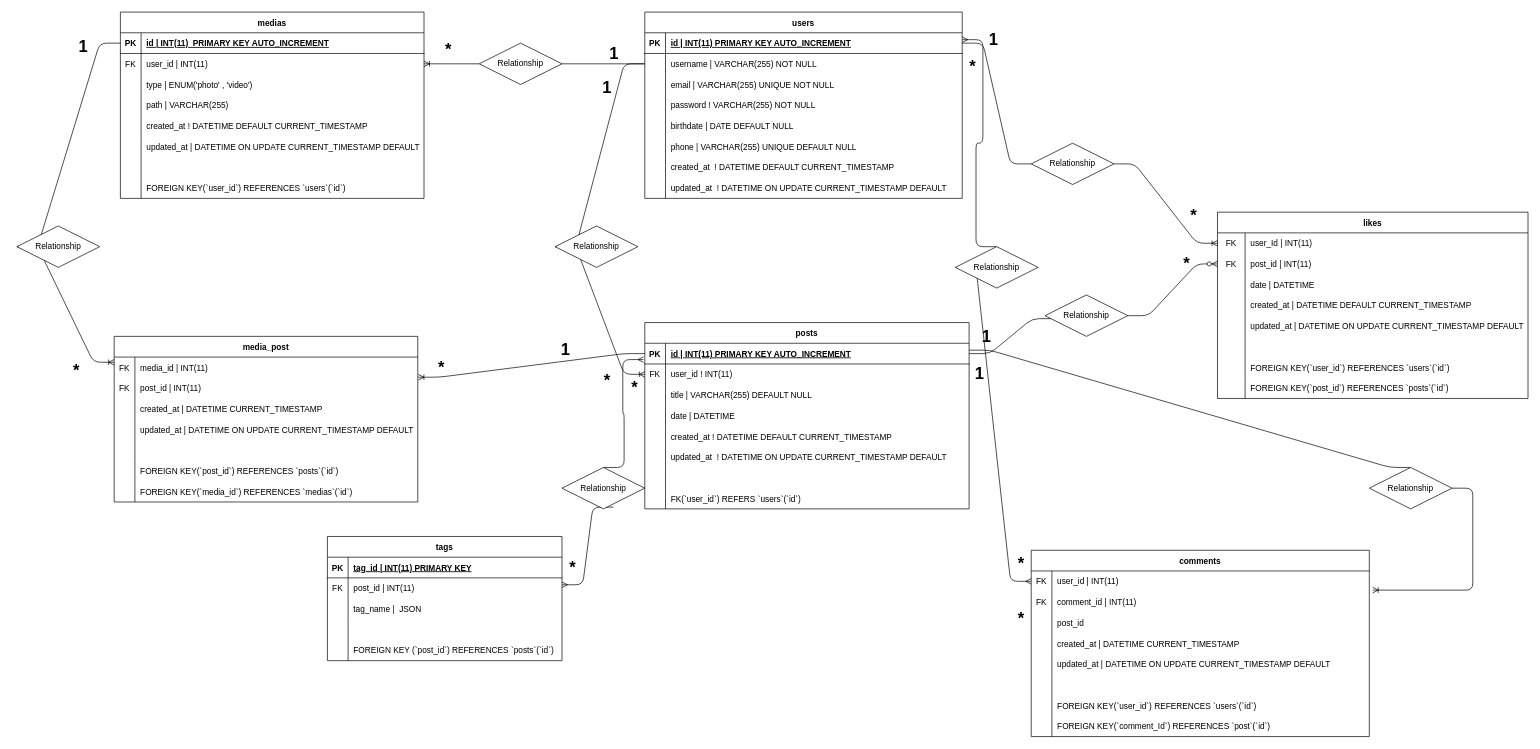
Before: assets/img/ER-graph.drawio in simonemoretti94/social-platform, a draw.io diagram. Source tidied: cells renumbered, new cells numbered last; positions are measured from the earlier drawing's top-left corner, leaving out a move shared by most shapes. Both pictures are drawn from the tidied source at 69%, with x=0, y=0 at pixel (17, 12).
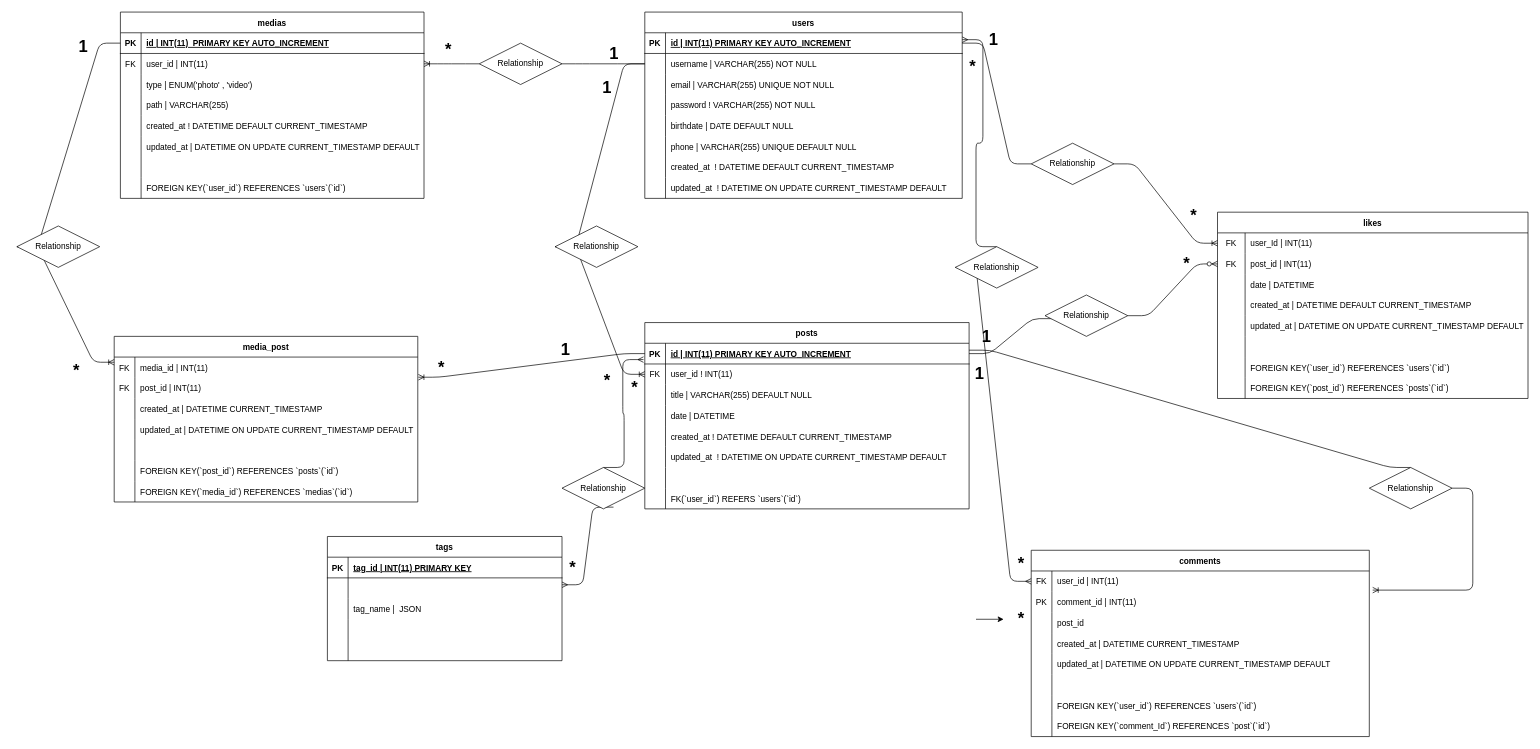
After the change.

The change refers to these unchanged cells:
```xml
<mxCell id="156" style="shape=tableRow;horizontal=0;startSize=0;swimlaneHead=0;swimlaneBody=0;fillColor=none;points=[[0,0.5],[1,0.5]];portConstraint=eastwest;top=0;left=0;right=0;bottom=0;" parent="152" vertex="1">
  <mxGeometry y="60" width="490" height="30" as="geometry" />
</mxCell>
<mxCell id="184" value="*" style="text;strokeColor=none;fillColor=none;html=1;fontSize=24;fontStyle=1;verticalAlign=middle;align=center;" parent="1" vertex="1">
  <mxGeometry x="1430" y="870" width="50" height="20" as="geometry" />
</mxCell>
<mxCell id="193" style="shape=tableRow;horizontal=0;startSize=0;swimlaneHead=0;swimlaneBody=0;fillColor=none;top=0;left=0;right=0;bottom=0;" parent="189" vertex="1">
  <mxGeometry y="60" width="340" height="30" as="geometry" />
</mxCell>
<mxCell id="202" style="shape=tableRow;horizontal=0;startSize=0;swimlaneHead=0;swimlaneBody=0;fillColor=none;top=0;left=0;right=0;bottom=0;" parent="189" vertex="1">
  <mxGeometry y="150" width="340" height="30" as="geometry" />
</mxCell>
```

The edit, as a diff of the source:
```diff
@@
-    <mxCell id="157" value="FK" style="shape=partialRectangle;fillColor=none;top=0;left=0;bottom=0;right=0;overflow=hidden;" parent="156" vertex="1">
+    <mxCell id="157" value="PK" style="shape=partialRectangle;fillColor=none;top=0;left=0;bottom=0;right=0;overflow=hidden;" parent="156" vertex="1">
       <mxGeometry width="30" height="30" as="geometry" />
     </mxCell>
@@
-    <mxCell id="194" value="FK" style="shape=partialRectangle;fillColor=none;top=0;left=0;bottom=0;right=0;overflow=hidden;" parent="193" vertex="1">
+    <mxCell id="194" style="shape=partialRectangle;fillColor=none;top=0;left=0;bottom=0;right=0;overflow=hidden;" parent="193" vertex="1">
       <mxGeometry width="30" height="30" as="geometry" />
     </mxCell>
-    <mxCell id="195" value="post_id | INT(11)" style="shape=partialRectangle;fillColor=none;top=0;left=0;bottom=0;right=0;align=left;spacingLeft=6;overflow=hidden;" parent="193" vertex="1">
+    <mxCell id="195" style="shape=partialRectangle;fillColor=none;top=0;left=0;bottom=0;right=0;align=left;spacingLeft=6;overflow=hidden;" parent="193" vertex="1">
       <mxGeometry x="30" width="310" height="30" as="geometry" />
     </mxCell>
@@
-    <mxCell id="204" value="FOREIGN KEY (`post_id`) REFERENCES `posts`(`id`)" style="shape=partialRectangle;fillColor=none;top=0;left=0;bottom=0;right=0;align=left;spacingLeft=6;overflow=hidden;" parent="202" vertex="1">
+    <mxCell id="204" style="shape=partialRectangle;fillColor=none;top=0;left=0;bottom=0;right=0;align=left;spacingLeft=6;overflow=hidden;" parent="202" vertex="1">
       <mxGeometry x="30" width="310" height="30" as="geometry" />
     </mxCell>
@@
+    <mxCell id="210" style="edgeStyle=none;html=1;entryX=0;entryY=0.5;entryDx=0;entryDy=0;" parent="1" edge="1" target="184">
+      <mxGeometry relative="1" as="geometry">
+        <mxPoint x="1390" y="880" as="sourcePoint" />
+      </mxGeometry>
+    </mxCell>
```
